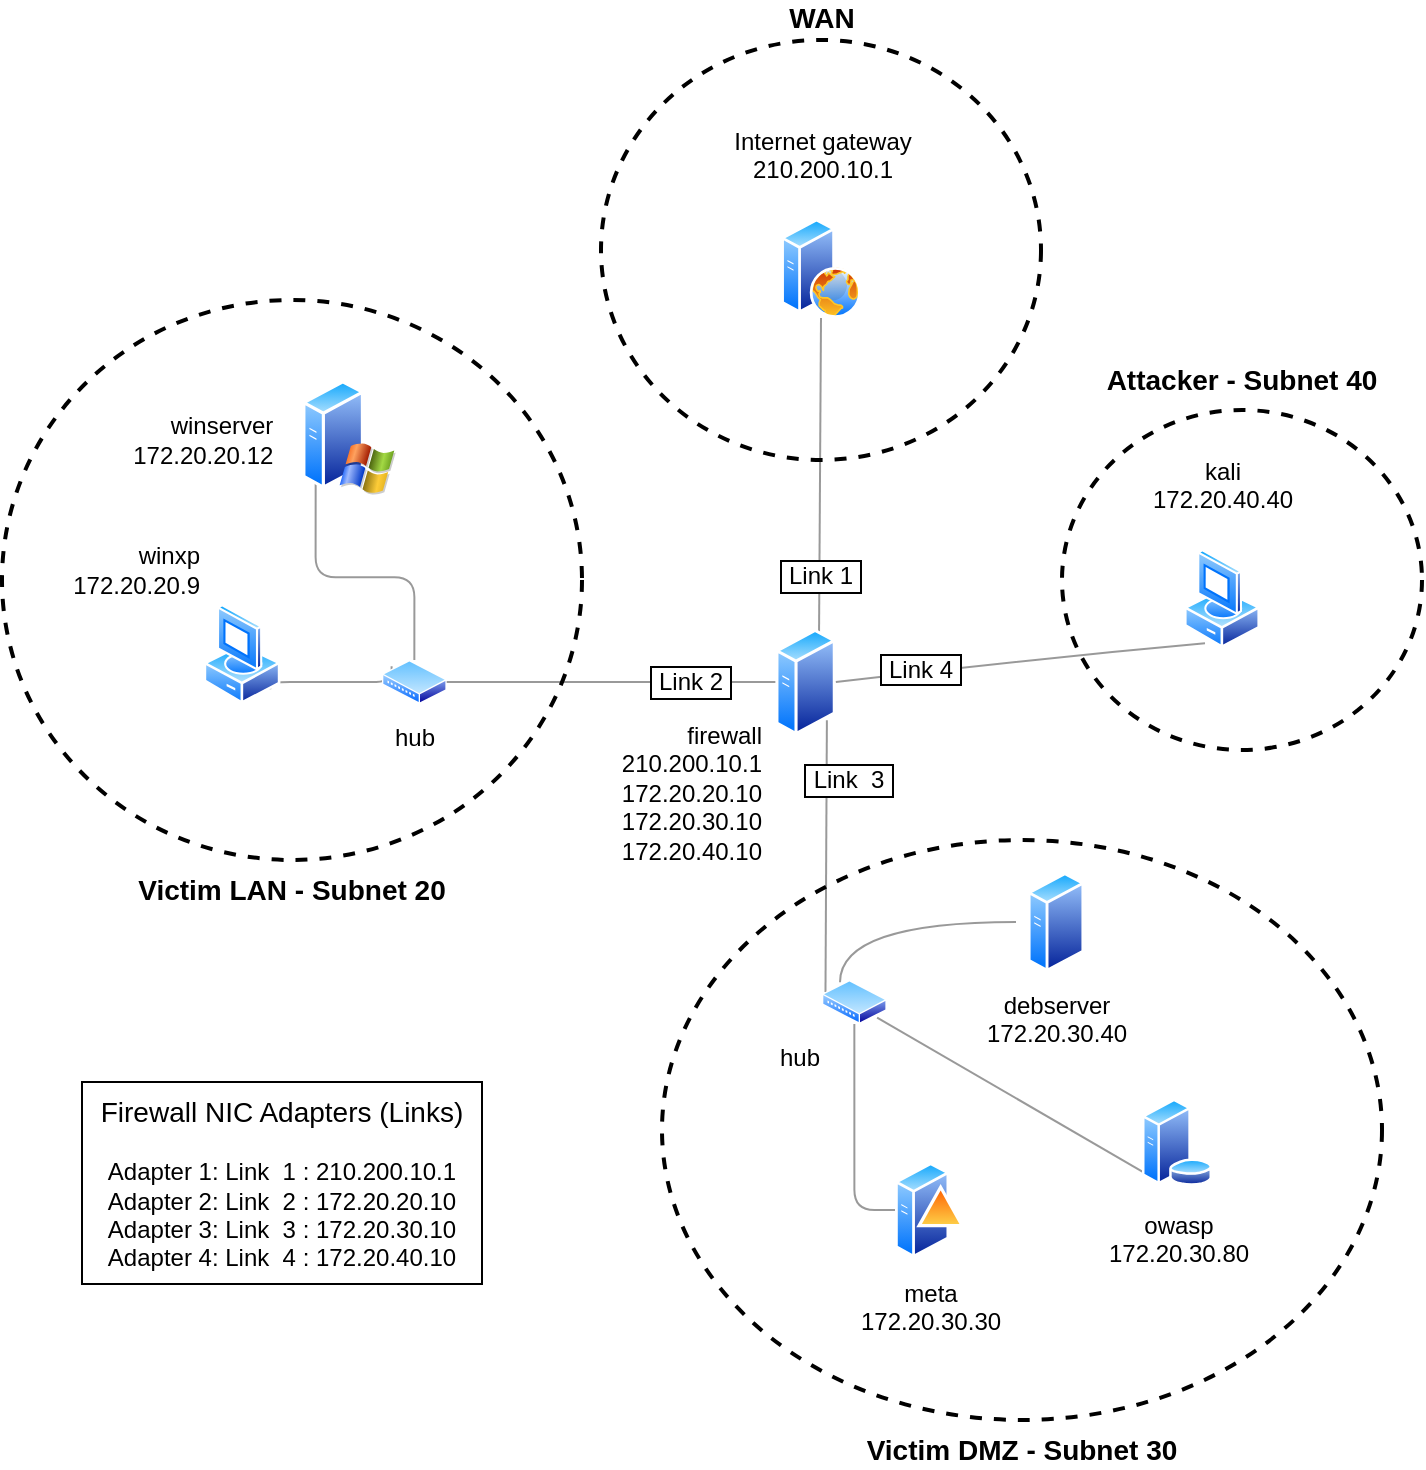
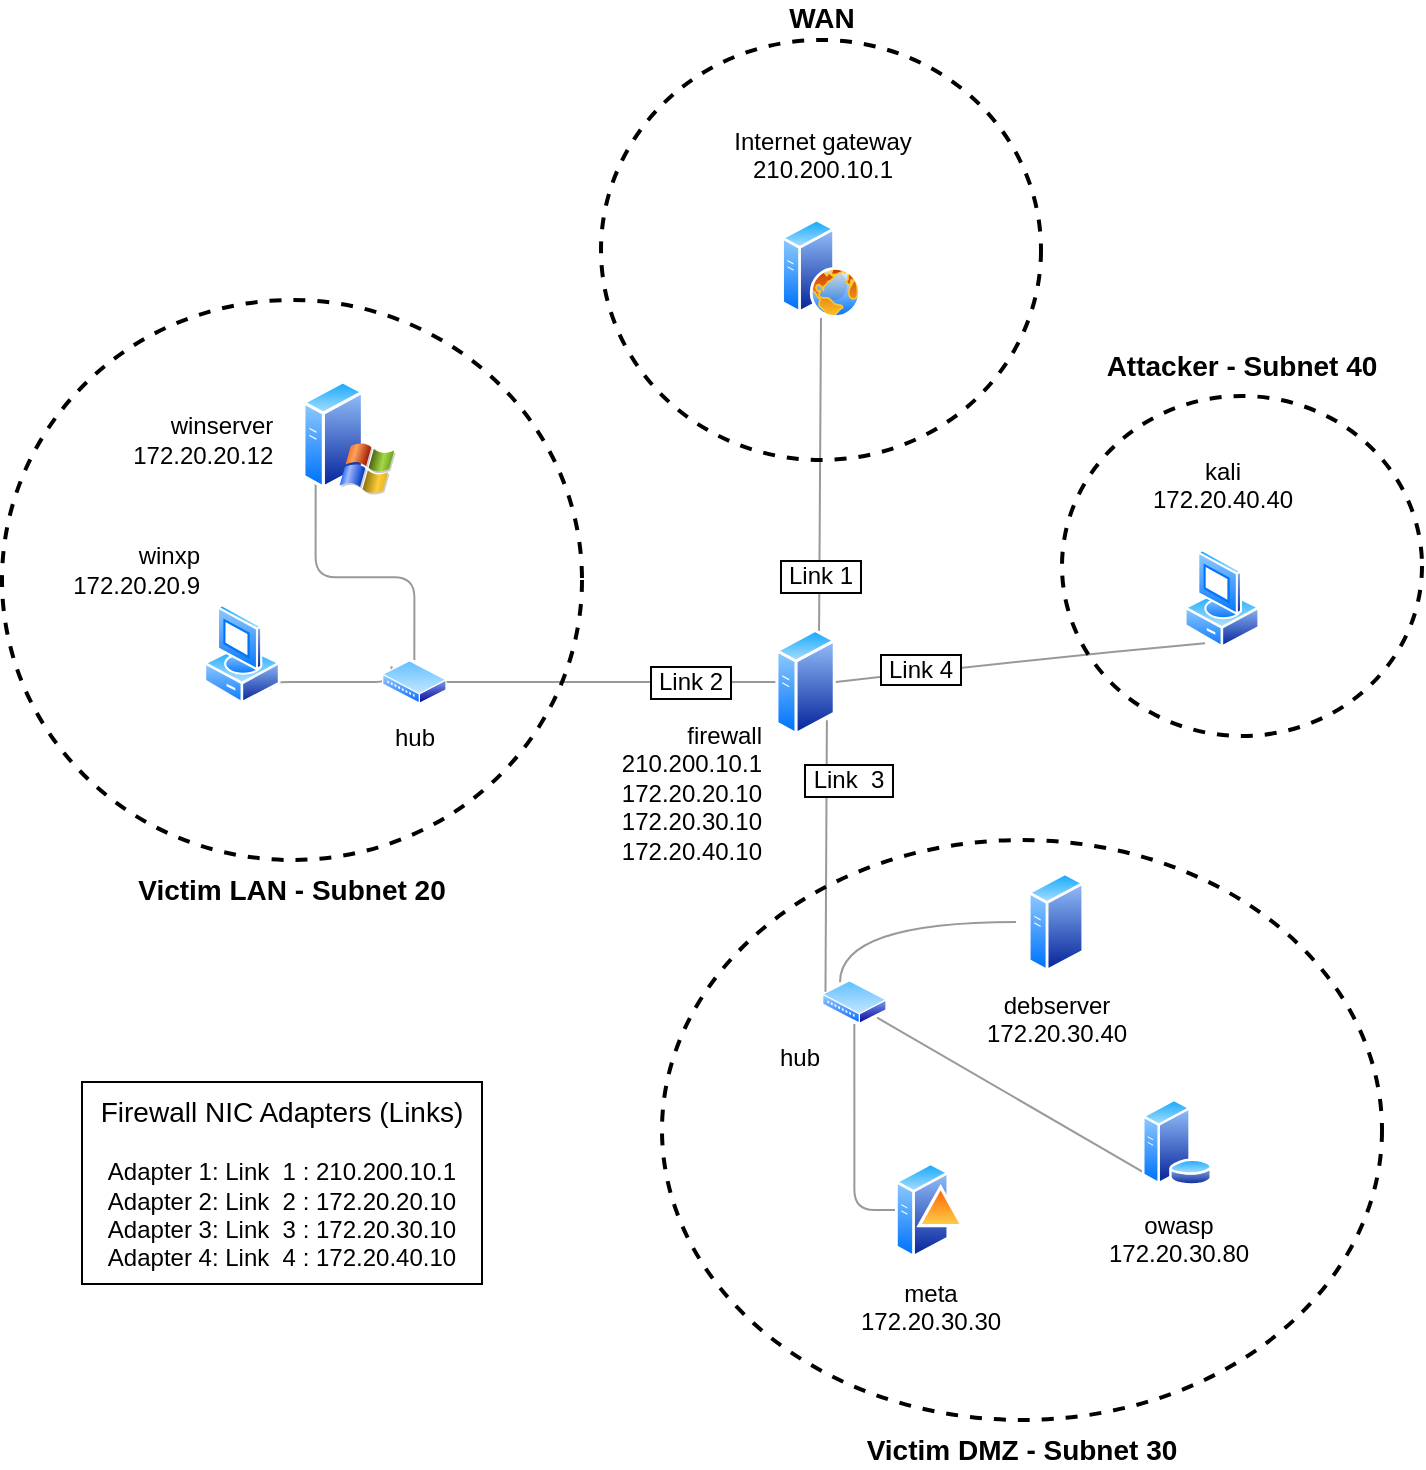
<mxfile host="app.diagrams.net">
  <diagram name="Seite-1" id="sI0nA2FEwm0xv5wlwKVV">
    <mxGraphModel dx="1940" dy="763" grid="1" gridSize="10" guides="1" tooltips="1" connect="1" arrows="1" fold="1" page="1" pageScale="1" pageWidth="827" pageHeight="1169" math="0" shadow="0">
      <root>
        <mxCell id="0" />
        <mxCell id="1" parent="0" />
        <mxCell id="a0UQNTms_buoy0jP--Xc-48" parent="1" style="ellipse;whiteSpace=wrap;html=1;fillColor=none;strokeWidth=2;labelPosition=center;verticalLabelPosition=top;align=center;verticalAlign=bottom;fontSize=14;fontStyle=1;dashed=1;strokeColor=light-dark(#000000,#FFF2CC);fontColor=light-dark(#000000,#FFF2CC);spacingTop=-1;spacingBottom=4;" value="Attacker - Subnet 40" vertex="1">
-           <mxGeometry height="170" width="180" x="510" y="235" as="geometry" />
+           <mxGeometry height="170" width="180" x="510" y="228" as="geometry" />
        </mxCell>
        <mxCell id="eCaSIDYicL7Bv3XTQ8XW-33" parent="1" style="ellipse;whiteSpace=wrap;html=1;fillColor=none;strokeWidth=2;labelPosition=center;verticalLabelPosition=top;align=center;verticalAlign=bottom;fontSize=14;fontStyle=1;dashed=1;strokeColor=light-dark(#000000,#FFF2CC);fontColor=light-dark(#000000,#FFF2CC);" value="WAN" vertex="1">
          <mxGeometry height="210" width="220" x="279.5" y="50" as="geometry" />
        </mxCell>
        <mxCell id="eCaSIDYicL7Bv3XTQ8XW-30" parent="1" style="ellipse;whiteSpace=wrap;html=1;fillColor=none;strokeWidth=2;labelPosition=center;verticalLabelPosition=bottom;align=center;verticalAlign=top;fontSize=14;fontStyle=1;dashed=1;strokeColor=light-dark(#000000,#FFF2CC);fontColor=light-dark(#000000,#FFF2CC);labelBorderColor=none;spacingTop=0;spacingBottom=7;" value="Victim DMZ - Subnet 30" vertex="1">
          <mxGeometry height="290" width="360" x="310" y="450" as="geometry" />
        </mxCell>
        <mxCell id="eCaSIDYicL7Bv3XTQ8XW-29" parent="1" style="ellipse;whiteSpace=wrap;html=1;fillColor=none;strokeWidth=2;labelPosition=center;verticalLabelPosition=bottom;align=center;verticalAlign=top;fontSize=14;fontStyle=1;dashed=1;strokeColor=light-dark(#000000,#FFF2CC);fontColor=light-dark(#000000,#FFF2CC);" value="Victim LAN - Subnet 20" vertex="1">
          <mxGeometry height="280" width="290" x="-20" y="180" as="geometry" />
        </mxCell>
        <mxCell id="eCaSIDYicL7Bv3XTQ8XW-1" parent="1" style="aspect=fixed;html=1;align=center;shadow=0;dashed=0;spacingTop=3;image=img/lib/active_directory/web_server.svg;labelPosition=center;verticalLabelPosition=top;verticalAlign=bottom;labelBackgroundColor=none;fontColor=light-dark(#000000,#FFFFFF);fontSize=12;shape=image;perimeter=ellipsePerimeter;" value="Internet gateway&lt;div&gt;210.200.10.1&lt;br&gt;&lt;br&gt;&lt;/div&gt;" vertex="1">
          <mxGeometry height="49.77" width="79" x="350" y="139.23000000000002" as="geometry" />
        </mxCell>
        <mxCell id="a0UQNTms_buoy0jP--Xc-31" edge="1" parent="1" source="eCaSIDYicL7Bv3XTQ8XW-10" style="rounded=0;orthogonalLoop=1;jettySize=auto;html=1;exitX=0.75;exitY=0;exitDx=0;exitDy=0;endArrow=none;endFill=0;curved=1;opacity=40;fontSize=12;labelBorderColor=light-dark(#000000,#FFB366);spacingLeft=-1;sourcePerimeterSpacing=0;startSize=6;spacingTop=100;entryX=0.5;entryY=1;entryDx=0;entryDy=0;" target="eCaSIDYicL7Bv3XTQ8XW-1" value="&lt;span&gt;&amp;nbsp;Link 1&amp;nbsp;&lt;/span&gt;">
          <mxGeometry relative="1" x="0.0031" as="geometry">
            <mxPoint as="offset" />
            <Array as="points" />
            <mxPoint x="400" y="150" as="targetPoint" />
          </mxGeometry>
        </mxCell>
        <mxCell id="eCaSIDYicL7Bv3XTQ8XW-10" parent="1" style="image;aspect=fixed;perimeter=ellipsePerimeter;html=1;align=right;shadow=0;dashed=0;spacingTop=-10;image=img/lib/active_directory/generic_server.svg;fontSize=12;labelPosition=left;verticalLabelPosition=bottom;verticalAlign=top;spacingLeft=0;spacingRight=10;spacingBottom=0;spacing=-2;labelBackgroundColor=none;" value="firewall&lt;div&gt;210.200.10.1&lt;br&gt;172.20.20.10&lt;br&gt;172.20.30.10&lt;br&gt;172.20.40.10&lt;/div&gt;" vertex="1">
          <mxGeometry height="54" width="30.24" x="366.68" y="344" as="geometry" />
        </mxCell>
        <mxCell id="a0UQNTms_buoy0jP--Xc-1" edge="1" parent="1" source="eCaSIDYicL7Bv3XTQ8XW-17" style="edgeStyle=orthogonalEdgeStyle;rounded=0;orthogonalLoop=1;jettySize=auto;html=1;exitX=0;exitY=0.5;exitDx=0;exitDy=0;entryX=0.25;entryY=0;entryDx=0;entryDy=0;endArrow=none;endFill=0;curved=1;opacity=40;" target="eCaSIDYicL7Bv3XTQ8XW-35">
          <mxGeometry relative="1" as="geometry" />
        </mxCell>
        <mxCell id="eCaSIDYicL7Bv3XTQ8XW-17" parent="1" style="aspect=fixed;html=1;align=center;shadow=0;dashed=0;spacingTop=3;image=img/lib/active_directory/generic_server.svg;shape=image;labelBackgroundColor=none;verticalAlign=top;verticalLabelPosition=bottom;perimeter=ellipsePerimeter;" value="debserver&lt;div&gt;172.20.30.40&lt;/div&gt;" vertex="1">
          <mxGeometry height="50" width="40" x="487" y="466" as="geometry" />
        </mxCell>
        <mxCell id="a0UQNTms_buoy0jP--Xc-3" edge="1" parent="1" source="eCaSIDYicL7Bv3XTQ8XW-18" style="rounded=0;orthogonalLoop=1;jettySize=auto;html=1;exitX=0;exitY=1;exitDx=0;exitDy=0;entryX=1;entryY=1;entryDx=0;entryDy=0;endArrow=none;endFill=0;opacity=40;" target="eCaSIDYicL7Bv3XTQ8XW-35">
          <mxGeometry relative="1" as="geometry" />
        </mxCell>
        <mxCell id="eCaSIDYicL7Bv3XTQ8XW-18" parent="1" style="aspect=fixed;html=1;align=center;shadow=0;dashed=0;spacingTop=3;image=img/lib/active_directory/database_server.svg;shape=image;labelBackgroundColor=none;verticalAlign=top;verticalLabelPosition=bottom;perimeter=ellipsePerimeter;" value="owasp&lt;div&gt;172.20.30.80&lt;/div&gt;" vertex="1">
          <mxGeometry height="50" width="35" x="550" y="575.9999999999999" as="geometry" />
        </mxCell>
        <mxCell id="a0UQNTms_buoy0jP--Xc-2" edge="1" parent="1" source="eCaSIDYicL7Bv3XTQ8XW-19" style="edgeStyle=orthogonalEdgeStyle;rounded=1;orthogonalLoop=1;jettySize=auto;html=1;exitX=0;exitY=0.5;exitDx=0;exitDy=0;entryX=0.5;entryY=1;entryDx=0;entryDy=0;endArrow=none;endFill=0;curved=0;opacity=40;" target="eCaSIDYicL7Bv3XTQ8XW-35">
          <mxGeometry relative="1" as="geometry" />
        </mxCell>
        <mxCell id="eCaSIDYicL7Bv3XTQ8XW-19" parent="1" style="aspect=fixed;html=1;align=center;shadow=0;dashed=0;spacingTop=3;image=img/lib/active_directory/domain_controller.svg;shape=image;labelBackgroundColor=none;verticalAlign=top;verticalLabelPosition=bottom;perimeter=ellipsePerimeter;" value="meta&lt;div&gt;172.20.30.30&lt;/div&gt;" vertex="1">
          <mxGeometry height="50" width="35" x="426.5" y="609.9999999999999" as="geometry" />
        </mxCell>
        <mxCell id="eCaSIDYicL7Bv3XTQ8XW-39" edge="1" parent="1" source="eCaSIDYicL7Bv3XTQ8XW-20" style="edgeStyle=orthogonalEdgeStyle;rounded=1;orthogonalLoop=1;jettySize=auto;html=1;exitX=1;exitY=1;exitDx=0;exitDy=0;entryX=0;entryY=0;entryDx=0;entryDy=0;curved=0;endArrow=none;endFill=0;opacity=40;" target="eCaSIDYicL7Bv3XTQ8XW-36">
          <mxGeometry relative="1" as="geometry">
            <Array as="points">
              <mxPoint x="114" y="371" />
              <mxPoint x="175" y="371" />
            </Array>
          </mxGeometry>
        </mxCell>
        <mxCell id="eCaSIDYicL7Bv3XTQ8XW-20" parent="1" style="aspect=fixed;html=1;align=right;shadow=0;dashed=0;spacingTop=3;image=img/lib/active_directory/vista_client.svg;shape=image;labelBackgroundColor=none;verticalAlign=bottom;verticalLabelPosition=top;perimeter=ellipsePerimeter;labelPosition=left;" value="winxp&lt;div&gt;172.20.20.9&lt;/div&gt;" vertex="1">
          <mxGeometry height="50" width="40" x="80" y="332" as="geometry" />
        </mxCell>
        <mxCell id="eCaSIDYicL7Bv3XTQ8XW-40" edge="1" parent="1" source="eCaSIDYicL7Bv3XTQ8XW-21" style="edgeStyle=orthogonalEdgeStyle;rounded=1;orthogonalLoop=1;jettySize=auto;html=1;exitX=0;exitY=1;exitDx=0;exitDy=0;entryX=0.5;entryY=0;entryDx=0;entryDy=0;endArrow=none;endFill=0;curved=0;opacity=40;" target="eCaSIDYicL7Bv3XTQ8XW-36">
          <mxGeometry relative="1" as="geometry" />
        </mxCell>
        <mxCell id="eCaSIDYicL7Bv3XTQ8XW-21" parent="1" style="aspect=fixed;html=1;align=right;shadow=0;dashed=0;spacingTop=3;image=img/lib/active_directory/windows_server_2.svg;shape=image;labelBackgroundColor=none;verticalAlign=middle;verticalLabelPosition=middle;perimeter=ellipsePerimeter;labelPosition=left;" value="winserver&amp;nbsp; &amp;nbsp;&amp;nbsp;&lt;div&gt;172.20.20.12&amp;nbsp; &amp;nbsp;&amp;nbsp;&lt;/div&gt;" vertex="1">
          <mxGeometry height="57.32" width="47" x="130" y="220" as="geometry" />
        </mxCell>
        <mxCell id="a0UQNTms_buoy0jP--Xc-6" edge="1" parent="1" source="eCaSIDYicL7Bv3XTQ8XW-26" style="rounded=0;orthogonalLoop=1;jettySize=auto;html=1;entryX=1;entryY=0.5;entryDx=0;entryDy=0;endArrow=none;endFill=0;opacity=40;curved=1;exitX=0.25;exitY=1;exitDx=0;exitDy=0;fontSize=12;labelPosition=center;verticalLabelPosition=top;align=center;verticalAlign=bottom;labelBorderColor=light-dark(#000000,#FFB366);textShadow=0;sourcePerimeterSpacing=0;spacingTop=0;spacingLeft=-100;spacingBottom=-15;labelBackgroundColor=default;" target="eCaSIDYicL7Bv3XTQ8XW-10" value="&amp;nbsp;Link 4&amp;nbsp;">
          <mxGeometry relative="1" as="geometry">
            <Array as="points">
              <mxPoint x="490" y="360" />
            </Array>
            <mxPoint x="556.9099999999999" y="263" as="sourcePoint" />
          </mxGeometry>
        </mxCell>
        <mxCell id="eCaSIDYicL7Bv3XTQ8XW-26" parent="1" style="image;aspect=fixed;perimeter=ellipsePerimeter;html=1;align=center;shadow=0;dashed=0;spacingTop=3;image=img/lib/active_directory/vista_client.svg;labelPosition=center;verticalLabelPosition=top;verticalAlign=bottom;labelBackgroundColor=none;" value="kali&lt;div&gt;172.20.40.40&lt;br&gt;&lt;br&gt;&lt;/div&gt;" vertex="1">
          <mxGeometry height="50" width="38" x="571" y="304.32" as="geometry" />
        </mxCell>
        <mxCell id="a0UQNTms_buoy0jP--Xc-4" edge="1" parent="1" source="eCaSIDYicL7Bv3XTQ8XW-35" style="rounded=1;orthogonalLoop=1;jettySize=auto;html=1;exitX=0;exitY=0.25;exitDx=0;exitDy=0;endArrow=none;endFill=0;opacity=40;entryX=1;entryY=1;entryDx=0;entryDy=0;fontSize=12;labelBorderColor=light-dark(#000000,#FFB366);spacingLeft=21;spacingBottom=77;" target="eCaSIDYicL7Bv3XTQ8XW-10" value="&amp;nbsp;Link&amp;nbsp; 3&amp;nbsp;">
          <mxGeometry relative="1" x="0.0035" as="geometry">
            <mxPoint as="offset" />
            <mxPoint x="370.0000000000001" y="429.9999999999999" as="targetPoint" />
          </mxGeometry>
        </mxCell>
        <mxCell id="eCaSIDYicL7Bv3XTQ8XW-35" parent="1" style="image;aspect=fixed;perimeter=ellipsePerimeter;html=1;align=right;shadow=0;dashed=0;spacingTop=3;image=img/lib/active_directory/wiring_hub.svg;labelPosition=left;verticalLabelPosition=bottom;verticalAlign=top;" value="hub" vertex="1">
          <mxGeometry height="22" width="32.35" x="390" y="519.9999999999999" as="geometry" />
        </mxCell>
        <mxCell id="eCaSIDYicL7Bv3XTQ8XW-36" parent="1" style="image;aspect=fixed;perimeter=ellipsePerimeter;html=1;align=center;shadow=0;dashed=0;spacingTop=3;image=img/lib/active_directory/wiring_hub.svg;" value="hub" vertex="1">
          <mxGeometry height="22" width="32.35" x="170" y="360" as="geometry" />
        </mxCell>
        <mxCell id="a0UQNTms_buoy0jP--Xc-5" edge="1" parent="1" source="eCaSIDYicL7Bv3XTQ8XW-36" style="edgeStyle=orthogonalEdgeStyle;rounded=0;orthogonalLoop=1;jettySize=auto;html=1;exitX=1;exitY=0.5;exitDx=0;exitDy=0;endArrow=none;endFill=0;entryX=0;entryY=0.5;entryDx=0;entryDy=0;opacity=40;fontSize=12;labelBorderColor=light-dark(#000000,#FFB366);spacingLeft=80;" target="eCaSIDYicL7Bv3XTQ8XW-10" value="&amp;nbsp;Link 2&amp;nbsp;">
          <mxGeometry relative="1" as="geometry">
            <mxPoint x="380" y="370" as="targetPoint" />
          </mxGeometry>
        </mxCell>
        <mxCell id="a0UQNTms_buoy0jP--Xc-8" edge="1" parent="1" source="eCaSIDYicL7Bv3XTQ8XW-33" style="edgeStyle=orthogonalEdgeStyle;rounded=0;orthogonalLoop=1;jettySize=auto;html=1;exitX=0.5;exitY=1;exitDx=0;exitDy=0;" target="eCaSIDYicL7Bv3XTQ8XW-33">
          <mxGeometry relative="1" as="geometry" />
        </mxCell>
        <mxCell id="a0UQNTms_buoy0jP--Xc-45" parent="1" style="text;html=1;whiteSpace=wrap;strokeColor=light-dark(#000000,#FFB366);fillColor=none;align=center;verticalAlign=middle;rounded=0;labelPosition=center;verticalLabelPosition=middle;perimeterSpacing=2;labelBorderColor=none;" value="&lt;font style=&quot;font-size: 14px;&quot;&gt;Firewall NIC Adapters (Links)&lt;/font&gt;&lt;br&gt;&lt;div&gt;&lt;br&gt;&lt;/div&gt;&lt;div&gt;Adapter 1: Link&amp;nbsp; 1 : 210.200.10.1&lt;br&gt;Adapter 2: Link&amp;nbsp; 2 : 172.20.20.10&lt;/div&gt;&lt;div&gt;Adapter 3: Link&amp;nbsp; 3 : 172.20.30.10&lt;br&gt;Adapter 4: Link&amp;nbsp; 4 : 172.20.40.10&lt;/div&gt;" vertex="1">
          <mxGeometry height="101" width="200" x="20" y="571" as="geometry" />
        </mxCell>
        <mxCell id="a0UQNTms_buoy0jP--Xc-49" edge="1" parent="1" source="eCaSIDYicL7Bv3XTQ8XW-30" style="edgeStyle=orthogonalEdgeStyle;rounded=0;orthogonalLoop=1;jettySize=auto;html=1;exitX=0.5;exitY=1;exitDx=0;exitDy=0;" target="eCaSIDYicL7Bv3XTQ8XW-30">
          <mxGeometry relative="1" as="geometry" />
        </mxCell>
      </root>
    </mxGraphModel>
  </diagram>
</mxfile>
